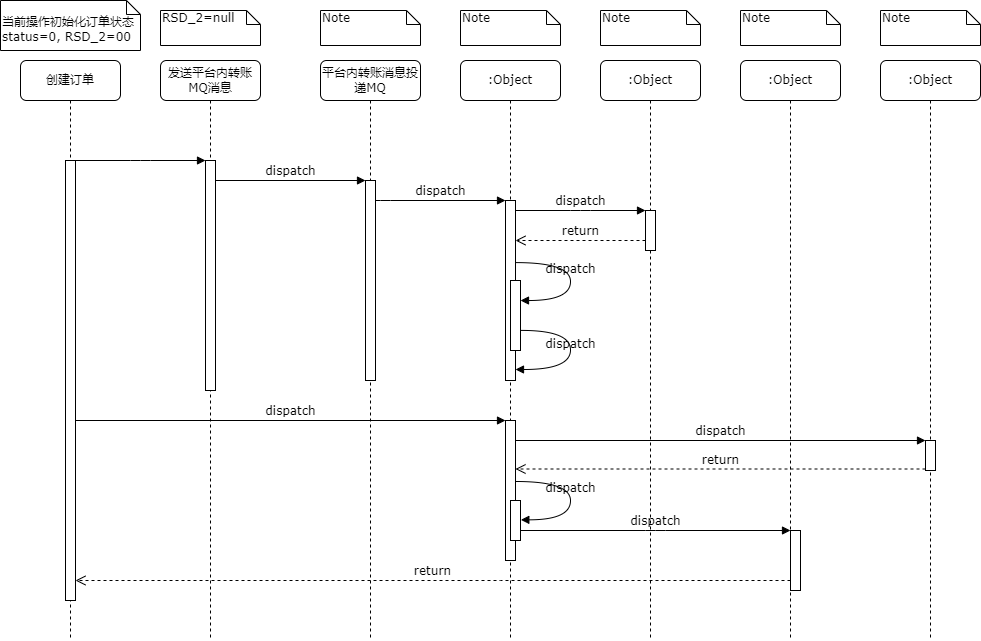
Before: 厦门银行订单状态RSD_2.png, a diagram exported from draw.io (songyibo2019/mydiagrams). Source tidied: cells renumbered, new cells last; positions are measured from the earlier drawing's top-left corner, leaving out a move shared by most shapes.
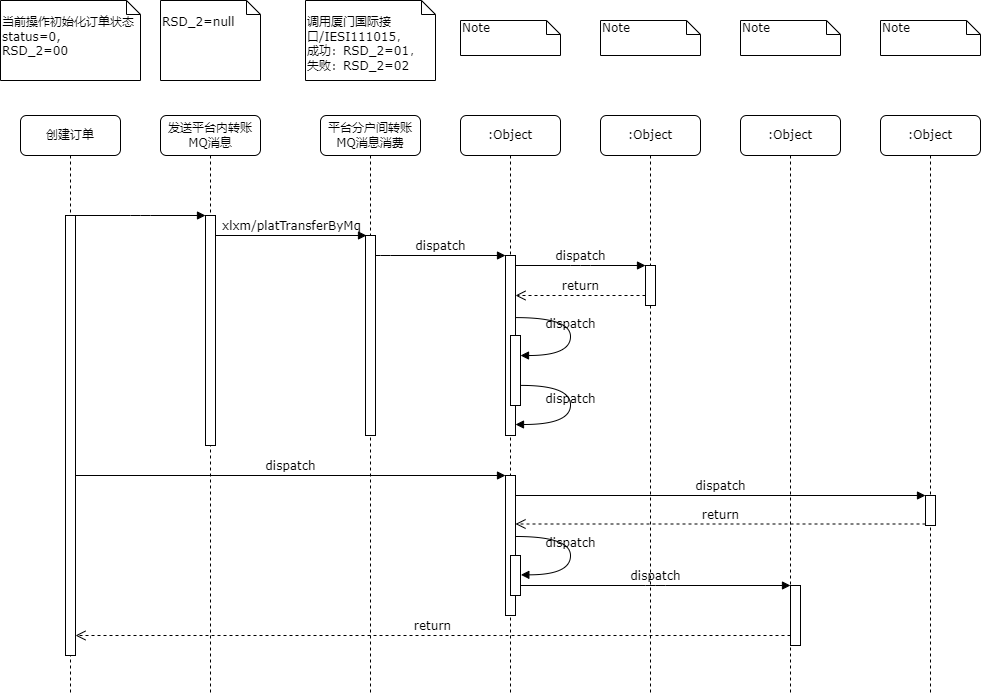
After the change.

Commit message:
Update 厦门银行订单状态RSD_2.png

Diff of the diagram source:
```diff
@@ -8,7 +8,15 @@
     <mxCell id="3" style="html=1;points=[];perimeter=orthogonalPerimeter;rounded=0;shadow=0;comic=0;labelBackgroundColor=none;strokeWidth=1;fontFamily=Verdana;fontSize=12;align=center;" parent="2" vertex="1">
       <mxGeometry x="45" y="100" width="10" height="230" as="geometry" />
     </mxCell>
+    <mxCell id="39" value="xlxm/platTransferByMq" style="html=1;verticalAlign=bottom;endArrow=block;entryX=0.1;entryY=0;labelBackgroundColor=none;fontFamily=Verdana;fontSize=12;edgeStyle=elbowEdgeStyle;elbow=vertical;entryDx=0;entryDy=0;entryPerimeter=0;" parent="2" edge="1" target="5">
+      <mxGeometry relative="1" as="geometry">
+        <mxPoint x="55" y="120" as="sourcePoint" />
+      </mxGeometry>
+    </mxCell>
+    <mxCell id="40" value="&lt;pre style=&quot;color: rgb(8 , 8 , 8) ; font-family: &amp;#34;jetbrains mono&amp;#34; , monospace ; font-size: 9.8pt&quot;&gt;&lt;br&gt;&lt;/pre&gt;" style="edgeLabel;html=1;align=center;verticalAlign=middle;" parent="39" vertex="1">
+      <mxGeometry x="-0.13" relative="1" as="geometry" />
+    </mxCell>
-    <mxCell id="4" value="平台内转账消息投递MQ" style="shape=umlLifeline;perimeter=lifelinePerimeter;whiteSpace=wrap;html=1;rounded=1;shadow=0;comic=0;labelBackgroundColor=none;strokeWidth=1;fontFamily=Verdana;fontSize=12;align=center;" parent="1" vertex="1">
+    <mxCell id="4" value="平台分户间转账MQ消息消费" style="shape=umlLifeline;perimeter=lifelinePerimeter;whiteSpace=wrap;html=1;rounded=1;shadow=0;comic=0;labelBackgroundColor=none;strokeWidth=1;fontFamily=Verdana;fontSize=12;align=center;" parent="1" vertex="1">
       <mxGeometry x="320" y="60" width="100" height="580" as="geometry" />
     </mxCell>
     <mxCell id="5" style="html=1;points=[];perimeter=orthogonalPerimeter;rounded=0;shadow=0;comic=0;labelBackgroundColor=none;strokeWidth=1;fontFamily=Verdana;fontSize=12;align=center;" parent="4" vertex="1">
@@ -87,9 +95,6 @@
     <mxCell id="25" style="html=1;verticalAlign=bottom;endArrow=block;entryX=0;entryY=0;labelBackgroundColor=none;fontFamily=Verdana;fontSize=12;edgeStyle=elbowEdgeStyle;elbow=vertical;" parent="1" edge="1" source="11" target="3">
       <mxGeometry relative="1" as="geometry" />
     </mxCell>
-    <mxCell id="26" value="dispatch" style="html=1;verticalAlign=bottom;endArrow=block;entryX=0;entryY=0;labelBackgroundColor=none;fontFamily=Verdana;fontSize=12;edgeStyle=elbowEdgeStyle;elbow=vertical;" parent="1" edge="1" source="3" target="5">
-      <mxGeometry relative="1" as="geometry" />
-    </mxCell>
     <mxCell id="27" style="html=1;points=[];perimeter=orthogonalPerimeter;rounded=0;shadow=0;comic=0;labelBackgroundColor=none;strokeWidth=1;fontFamily=Verdana;fontSize=12;align=center;" parent="1" vertex="1">
       <mxGeometry x="510" y="280" width="10" height="70" as="geometry" />
     </mxCell>
@@ -123,26 +128,26 @@
         </Array>
       </mxGeometry>
     </mxCell>
-    <mxCell id="32" value="&lt;br&gt;当前操作初始化订单状态status=0, RSD_2=00" style="shape=note;whiteSpace=wrap;html=1;size=14;verticalAlign=top;align=left;spacingTop=-6;rounded=0;shadow=0;comic=0;labelBackgroundColor=none;strokeWidth=1;fontFamily=Verdana;fontSize=12;" parent="1" vertex="1">
-      <mxGeometry width="140" height="50" as="geometry" />
+    <mxCell id="32" value="&lt;br&gt;当前操作初始化订单状态status=0, &lt;br&gt;RSD_2=00" style="shape=note;whiteSpace=wrap;html=1;size=14;verticalAlign=top;align=left;spacingTop=-6;rounded=0;shadow=0;comic=0;labelBackgroundColor=none;strokeWidth=1;fontFamily=Verdana;fontSize=12;" parent="1" vertex="1">
+      <mxGeometry y="-55" width="140" height="80" as="geometry" />
     </mxCell>
-    <mxCell id="33" value="RSD_2=null" style="shape=note;whiteSpace=wrap;html=1;size=14;verticalAlign=top;align=left;spacingTop=-6;rounded=0;shadow=0;comic=0;labelBackgroundColor=none;strokeWidth=1;fontFamily=Verdana;fontSize=12;" parent="1" vertex="1">
-      <mxGeometry x="160" y="10" width="100" height="35" as="geometry" />
+    <mxCell id="33" value="&lt;br&gt;RSD_2=null" style="shape=note;whiteSpace=wrap;html=1;size=14;verticalAlign=top;align=left;spacingTop=-6;rounded=0;shadow=0;comic=0;labelBackgroundColor=none;strokeWidth=1;fontFamily=Verdana;fontSize=12;" parent="1" vertex="1">
+      <mxGeometry x="160" y="-55" width="100" height="80" as="geometry" />
     </mxCell>
-    <mxCell id="34" value="Note" style="shape=note;whiteSpace=wrap;html=1;size=14;verticalAlign=top;align=left;spacingTop=-6;rounded=0;shadow=0;comic=0;labelBackgroundColor=none;strokeWidth=1;fontFamily=Verdana;fontSize=12;" parent="1" vertex="1">
-      <mxGeometry x="320" y="10" width="100" height="35" as="geometry" />
+    <mxCell id="34" value="&lt;font style=&quot;font-size: 10px&quot;&gt;&lt;br&gt;调用厦门国际接口/IESI111015，&lt;br&gt;成功：RSD_2=01，&lt;br&gt;失败：RSD_2=02&lt;/font&gt;" style="shape=note;whiteSpace=wrap;html=1;size=14;verticalAlign=top;align=left;spacingTop=-6;rounded=0;shadow=0;comic=0;labelBackgroundColor=none;strokeWidth=1;fontFamily=Verdana;fontSize=12;" parent="1" vertex="1">
+      <mxGeometry x="305" y="-55" width="130" height="80" as="geometry" />
     </mxCell>
     <mxCell id="35" value="Note" style="shape=note;whiteSpace=wrap;html=1;size=14;verticalAlign=top;align=left;spacingTop=-6;rounded=0;shadow=0;comic=0;labelBackgroundColor=none;strokeWidth=1;fontFamily=Verdana;fontSize=12;" parent="1" vertex="1">
-      <mxGeometry x="460" y="10" width="100" height="35" as="geometry" />
+      <mxGeometry x="460" y="-35" width="100" height="35" as="geometry" />
     </mxCell>
     <mxCell id="36" value="Note" style="shape=note;whiteSpace=wrap;html=1;size=14;verticalAlign=top;align=left;spacingTop=-6;rounded=0;shadow=0;comic=0;labelBackgroundColor=none;strokeWidth=1;fontFamily=Verdana;fontSize=12;" parent="1" vertex="1">
-      <mxGeometry x="600" y="10" width="100" height="35" as="geometry" />
+      <mxGeometry x="600" y="-35" width="100" height="35" as="geometry" />
     </mxCell>
     <mxCell id="37" value="Note" style="shape=note;whiteSpace=wrap;html=1;size=14;verticalAlign=top;align=left;spacingTop=-6;rounded=0;shadow=0;comic=0;labelBackgroundColor=none;strokeWidth=1;fontFamily=Verdana;fontSize=12;" parent="1" vertex="1">
-      <mxGeometry x="740" y="10" width="100" height="35" as="geometry" />
+      <mxGeometry x="740" y="-35" width="100" height="35" as="geometry" />
     </mxCell>
     <mxCell id="38" value="Note" style="shape=note;whiteSpace=wrap;html=1;size=14;verticalAlign=top;align=left;spacingTop=-6;rounded=0;shadow=0;comic=0;labelBackgroundColor=none;strokeWidth=1;fontFamily=Verdana;fontSize=12;" parent="1" vertex="1">
-      <mxGeometry x="880" y="10" width="100" height="35" as="geometry" />
+      <mxGeometry x="880" y="-35" width="100" height="35" as="geometry" />
     </mxCell>
   </root>
 </mxGraphModel>
```
